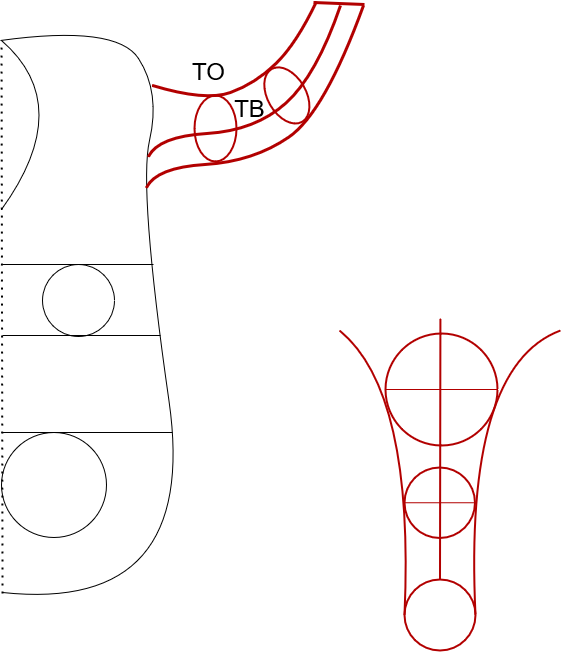
The draw.io diagram Diagram bez tytułu6.png in adamski83/sklep, before a commit. Source tidied: cells renumbered, new cells last; positions are measured from the earlier drawing's top-left corner, leaving out a move shared by most shapes.
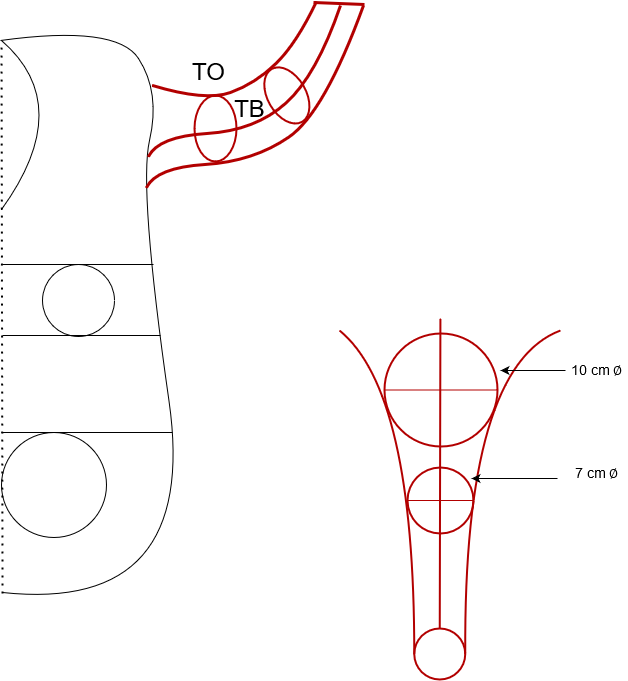
After the commit.

Change to the diagram source:
```diff
@@ -121,13 +121,13 @@
       </mxGeometry>
     </mxCell>
     <mxCell id="20" style="ellipse;whiteSpace=wrap;html=1;strokeWidth=2;strokeColor=#B20000;fontColor=#ffffff;fillColor=none;" parent="1" vertex="1">
-      <mxGeometry x="404" y="578" width="71" height="71" as="geometry" />
+      <mxGeometry x="413.8" y="627" width="51" height="51" as="geometry" />
     </mxCell>
     <mxCell id="21" style="ellipse;whiteSpace=wrap;html=1;strokeWidth=2;strokeColor=#B20000;fontColor=#ffffff;fillColor=none;" parent="1" vertex="1">
-      <mxGeometry x="404" y="466" width="70.5" height="70.5" as="geometry" />
+      <mxGeometry x="407" y="466" width="66" height="66" as="geometry" />
     </mxCell>
     <mxCell id="22" style="ellipse;whiteSpace=wrap;html=1;strokeWidth=2;strokeColor=#B20000;fontColor=#ffffff;fillColor=none;" parent="1" vertex="1">
-      <mxGeometry x="385" y="332" width="112" height="112" as="geometry" />
+      <mxGeometry x="384" y="332" width="113" height="113" as="geometry" />
     </mxCell>
     <mxCell id="23" style="endArrow=none;html=1;strokeColor=#B20000;strokeWidth=2;fillColor=#e51400;exitX=0.5;exitY=0;exitDx=0;exitDy=0;" parent="1" edge="1" source="20">
       <mxGeometry relative="1" as="geometry">
@@ -140,5 +140,23 @@
     <mxCell id="25" style="endArrow=none;html=1;strokeColor=#B20000;strokeWidth=1;fillColor=#e51400;entryX=1;entryY=0.5;entryDx=0;entryDy=0;exitX=0;exitY=0.5;exitDx=0;exitDy=0;" parent="1" edge="1" source="22" target="22">
       <mxGeometry relative="1" as="geometry" />
     </mxCell>
+    <mxCell id="26" style="endArrow=classic;html=1;strokeWidth=1;fontSize=14;" parent="1" edge="1">
+      <mxGeometry relative="1" as="geometry">
+        <mxPoint x="565" y="369" as="sourcePoint" />
+        <mxPoint x="500" y="369" as="targetPoint" />
+      </mxGeometry>
+    </mxCell>
+    <mxCell id="27" value="10 cm &lt;span style=&quot;font-family: &amp;#34;arial unicode ms&amp;#34; , &amp;#34;code2000&amp;#34; , &amp;#34;code2001&amp;#34; , &amp;#34;code2002&amp;#34; , &amp;#34;free&amp;#34; serif , &amp;#34;titus cyberbit basic&amp;#34; , &amp;#34;doulos sil&amp;#34; , &amp;#34;chrysanthi unicode&amp;#34; , &amp;#34;bitstream cyberbit&amp;#34; , &amp;#34;bitstream cyberbase&amp;#34; , &amp;#34;thryomanes&amp;#34; , &amp;#34;gentium&amp;#34; , &amp;#34;gentiumalt&amp;#34; , &amp;#34;lucida grande&amp;#34; , &amp;#34;free sans&amp;#34; , &amp;#34;microsoft sans&amp;#34; serif , &amp;#34;lucida sans unicode&amp;#34;&quot;&gt;∅&lt;/span&gt;" style="text;html=1;align=center;verticalAlign=middle;fontSize=14;" parent="1" vertex="1">
+      <mxGeometry x="565" y="357" width="62" height="22" as="geometry" />
+    </mxCell>
+    <mxCell id="28" style="endArrow=classic;html=1;strokeWidth=1;fontSize=14;" parent="1" edge="1">
+      <mxGeometry relative="1" as="geometry">
+        <mxPoint x="557" y="477" as="sourcePoint" />
+        <mxPoint x="471" y="477" as="targetPoint" />
+      </mxGeometry>
+    </mxCell>
+    <mxCell id="29" value="7 cm &lt;span style=&quot;font-family: &amp;#34;arial unicode ms&amp;#34; , &amp;#34;code2000&amp;#34; , &amp;#34;code2001&amp;#34; , &amp;#34;code2002&amp;#34; , &amp;#34;free&amp;#34; serif , &amp;#34;titus cyberbit basic&amp;#34; , &amp;#34;doulos sil&amp;#34; , &amp;#34;chrysanthi unicode&amp;#34; , &amp;#34;bitstream cyberbit&amp;#34; , &amp;#34;bitstream cyberbase&amp;#34; , &amp;#34;thryomanes&amp;#34; , &amp;#34;gentium&amp;#34; , &amp;#34;gentiumalt&amp;#34; , &amp;#34;lucida grande&amp;#34; , &amp;#34;free sans&amp;#34; , &amp;#34;microsoft sans&amp;#34; serif , &amp;#34;lucida sans unicode&amp;#34;&quot;&gt;∅&lt;/span&gt;" style="text;html=1;align=center;verticalAlign=middle;fontSize=14;" parent="1" vertex="1">
+      <mxGeometry x="569" y="460" width="54" height="22" as="geometry" />
+    </mxCell>
   </root>
 </mxGraphModel>
```
